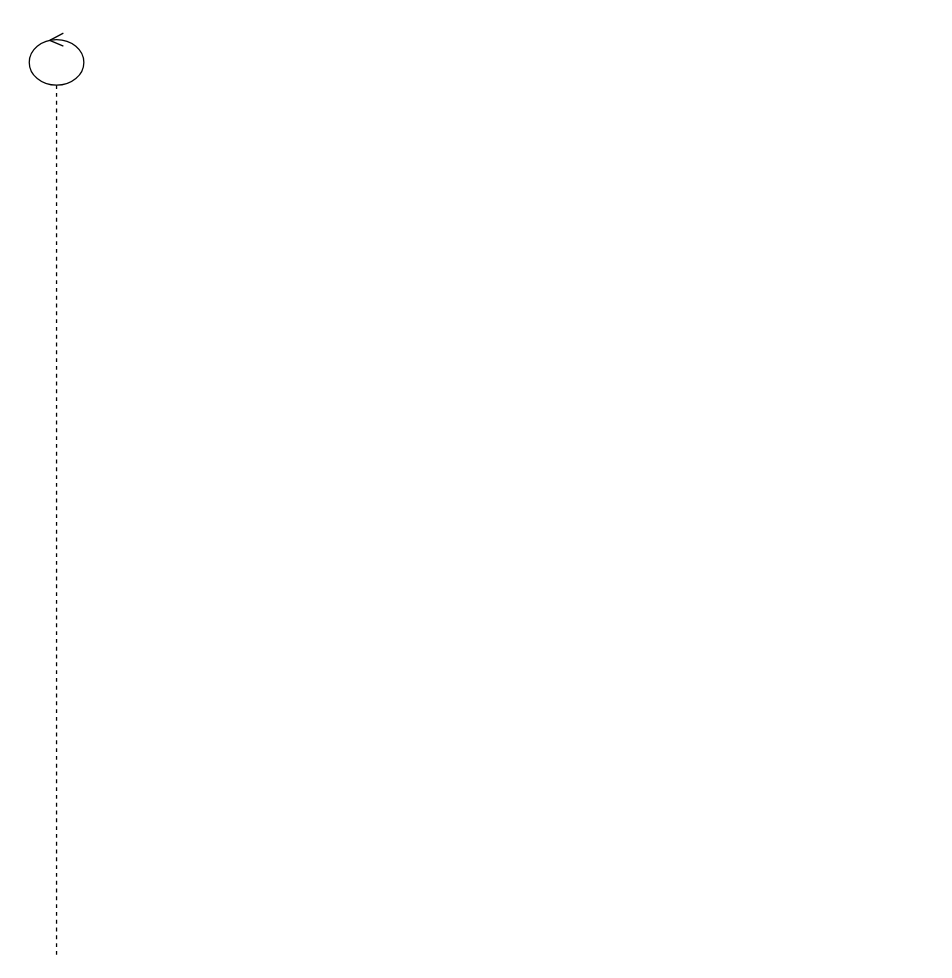
Before: page "seq1" (2 of 3) of Kitchen_seq_1.drawio in BalaGuava/NourishverseI, a draw.io diagram. Source tidied: cells renumbered, new cells numbered last; positions are measured from the earlier drawing's top-left corner, leaving out a move shared by most shapes. Both pictures are drawn from the tidied source at 130%, with x=0, y=0 at pixel (29, 32).
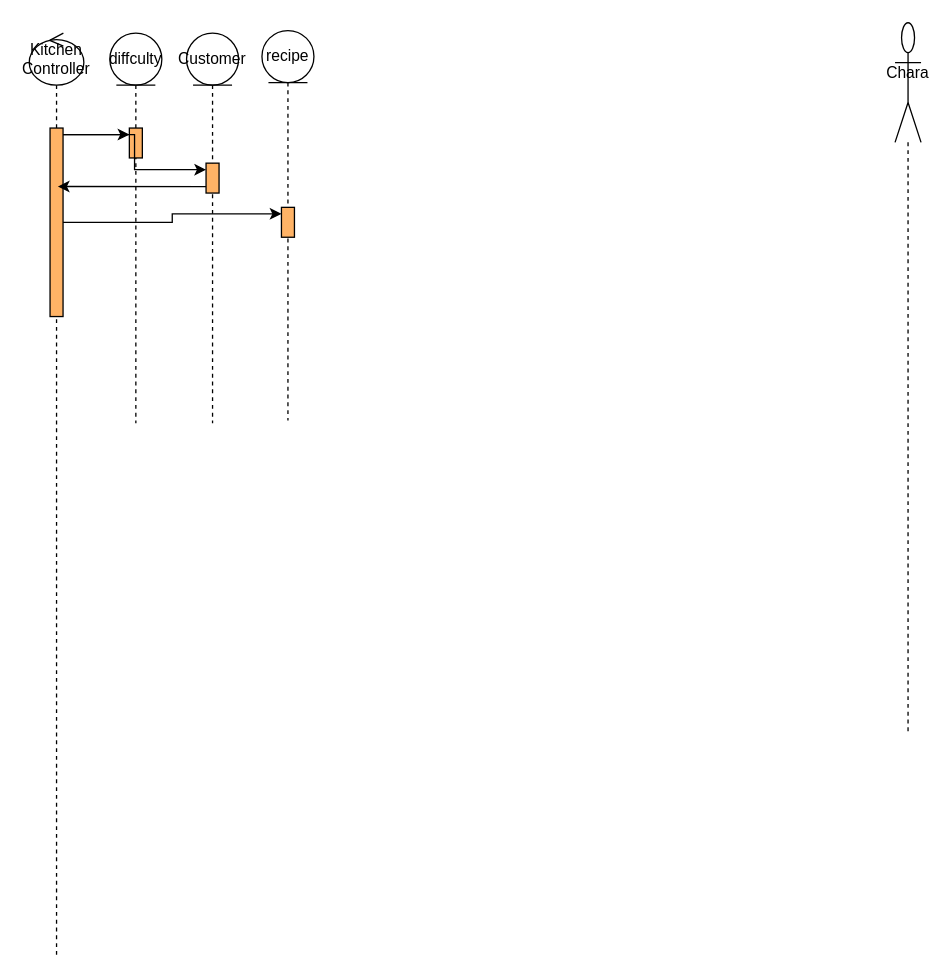
The same diagram, later.

The edit, as a diff of the source:
```diff
@@
 <mxGraphModel>
   <root>
     <mxCell id="0" />
     <mxCell id="1" parent="0" />
-    <mxCell id="2" style="shape=umlLifeline;perimeter=lifelinePerimeter;whiteSpace=wrap;html=1;newEdgeStyle={&quot;curved&quot;:0,&quot;rounded&quot;:0};participant=umlControl;" parent="1" vertex="1">
+    <mxCell id="2" value="Kitchen&lt;div&gt;Controller&lt;/div&gt;" style="shape=umlLifeline;perimeter=lifelinePerimeter;whiteSpace=wrap;html=1;newEdgeStyle={&quot;curved&quot;:0,&quot;rounded&quot;:0};participant=umlControl;" parent="1" vertex="1">
       <mxGeometry width="42" height="709" as="geometry" />
     </mxCell>
+    <mxCell id="3" style="html=1;points=[[0,0,0,0,5],[0,1,0,0,-5],[1,0,0,0,5],[1,1,0,0,-5]];perimeter=orthogonalPerimeter;outlineConnect=0;targetShapes=umlLifeline;portConstraint=eastwest;newEdgeStyle={&quot;curved&quot;:0,&quot;rounded&quot;:0};fillColor=#FFB366;" parent="2" vertex="1">
+      <mxGeometry x="16" y="73" width="10" height="145" as="geometry" />
+    </mxCell>
+    <mxCell id="4" value="Chara&lt;div&gt;&lt;br&gt;&lt;/div&gt;" style="shape=umlLifeline;perimeter=lifelinePerimeter;whiteSpace=wrap;html=1;newEdgeStyle={&quot;curved&quot;:0,&quot;rounded&quot;:0};participant=umlActor;size=92;" parent="1" vertex="1">
+      <mxGeometry x="666" y="-8" width="20" height="545" as="geometry" />
+    </mxCell>
+    <mxCell id="5" value="diffculty" style="shape=umlLifeline;perimeter=lifelinePerimeter;whiteSpace=wrap;html=1;newEdgeStyle={&quot;curved&quot;:0,&quot;rounded&quot;:0};participant=umlEntity;" parent="1" vertex="1">
+      <mxGeometry x="62" width="40" height="300" as="geometry" />
+    </mxCell>
+    <mxCell id="6" style="html=1;points=[[0,0,0,0,5],[0,1,0,0,-5],[1,0,0,0,5],[1,1,0,0,-5]];perimeter=orthogonalPerimeter;outlineConnect=0;targetShapes=umlLifeline;portConstraint=eastwest;newEdgeStyle={&quot;curved&quot;:0,&quot;rounded&quot;:0};fillColor=#FFB366;" parent="5" vertex="1">
+      <mxGeometry x="15" y="73" width="10" height="23" as="geometry" />
+    </mxCell>
+    <mxCell id="7" value="Customer" style="shape=umlLifeline;perimeter=lifelinePerimeter;whiteSpace=wrap;html=1;newEdgeStyle={&quot;curved&quot;:0,&quot;rounded&quot;:0};participant=umlEntity;" parent="1" vertex="1">
+      <mxGeometry x="121" width="40" height="300" as="geometry" />
+    </mxCell>
+    <mxCell id="8" style="html=1;points=[[0,0,0,0,5],[0,1,0,0,-5],[1,0,0,0,5],[1,1,0,0,-5]];perimeter=orthogonalPerimeter;outlineConnect=0;targetShapes=umlLifeline;portConstraint=eastwest;newEdgeStyle={&quot;curved&quot;:0,&quot;rounded&quot;:0};fillColor=#FFB366;" parent="7" vertex="1">
+      <mxGeometry x="15" y="100" width="10" height="23" as="geometry" />
+    </mxCell>
+    <mxCell id="9" style="edgeStyle=orthogonalEdgeStyle;rounded=0;jettySize=auto;html=1;curved=0;exitX=1;exitY=0;exitDx=0;exitDy=5;exitPerimeter=0;entryX=0;entryY=0;entryDx=0;entryDy=5;entryPerimeter=0;" parent="1" edge="1" source="3" target="6">
+      <mxGeometry relative="1" as="geometry" />
+    </mxCell>
+    <mxCell id="10" style="edgeStyle=orthogonalEdgeStyle;rounded=0;jettySize=auto;html=1;curved=0;exitX=1;exitY=0;exitDx=0;exitDy=5;exitPerimeter=0;entryX=0;entryY=0;entryDx=0;entryDy=5;entryPerimeter=0;" parent="1" edge="1" source="3" target="8">
+      <mxGeometry relative="1" as="geometry" />
+    </mxCell>
+    <mxCell id="11" value="recipe" style="shape=umlLifeline;perimeter=lifelinePerimeter;whiteSpace=wrap;html=1;newEdgeStyle={&quot;curved&quot;:0,&quot;rounded&quot;:0};participant=umlEntity;" parent="1" vertex="1">
+      <mxGeometry x="179" y="-2" width="40" height="300" as="geometry" />
+    </mxCell>
+    <mxCell id="12" style="html=1;points=[[0,0,0,0,5],[0,1,0,0,-5],[1,0,0,0,5],[1,1,0,0,-5]];perimeter=orthogonalPerimeter;outlineConnect=0;targetShapes=umlLifeline;portConstraint=eastwest;newEdgeStyle={&quot;curved&quot;:0,&quot;rounded&quot;:0};fillColor=#FFB366;" parent="11" vertex="1">
+      <mxGeometry x="15" y="136" width="10" height="23" as="geometry" />
+    </mxCell>
+    <mxCell id="13" style="edgeStyle=orthogonalEdgeStyle;rounded=0;jettySize=auto;html=1;curved=0;exitX=0;exitY=1;exitDx=0;exitDy=-5;exitPerimeter=0;entryX=0.6;entryY=0.31;entryDx=0;entryDy=0;entryPerimeter=0;" parent="1" edge="1" source="8" target="3">
+      <mxGeometry relative="1" as="geometry" />
+    </mxCell>
+    <mxCell id="14" style="edgeStyle=orthogonalEdgeStyle;rounded=0;jettySize=auto;html=1;curved=0;entryX=0;entryY=0;entryDx=0;entryDy=5;entryPerimeter=0;" parent="1" edge="1" source="3" target="12">
+      <mxGeometry relative="1" as="geometry" />
+    </mxCell>
   </root>
 </mxGraphModel>
```
